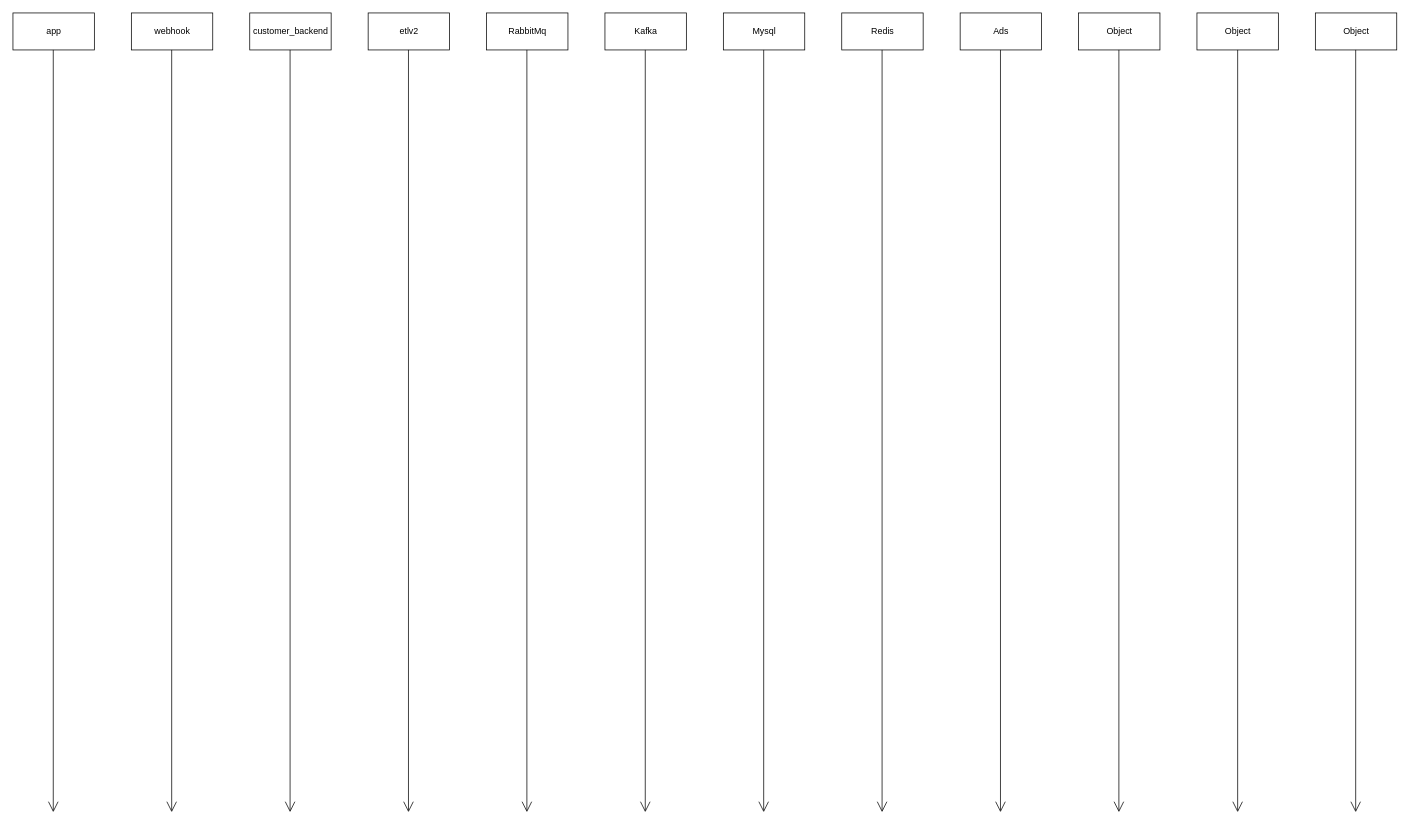
The draw.io diagram Untitled Diagram.drawio in zqy16/Test, before the edit. Source tidied: cells renumbered, new cells numbered last; positions are measured from the earlier drawing's top-left corner, leaving out a move shared by most shapes. Both pictures are drawn from the tidied source at 74%, with x=0, y=0 at pixel (13, 13).
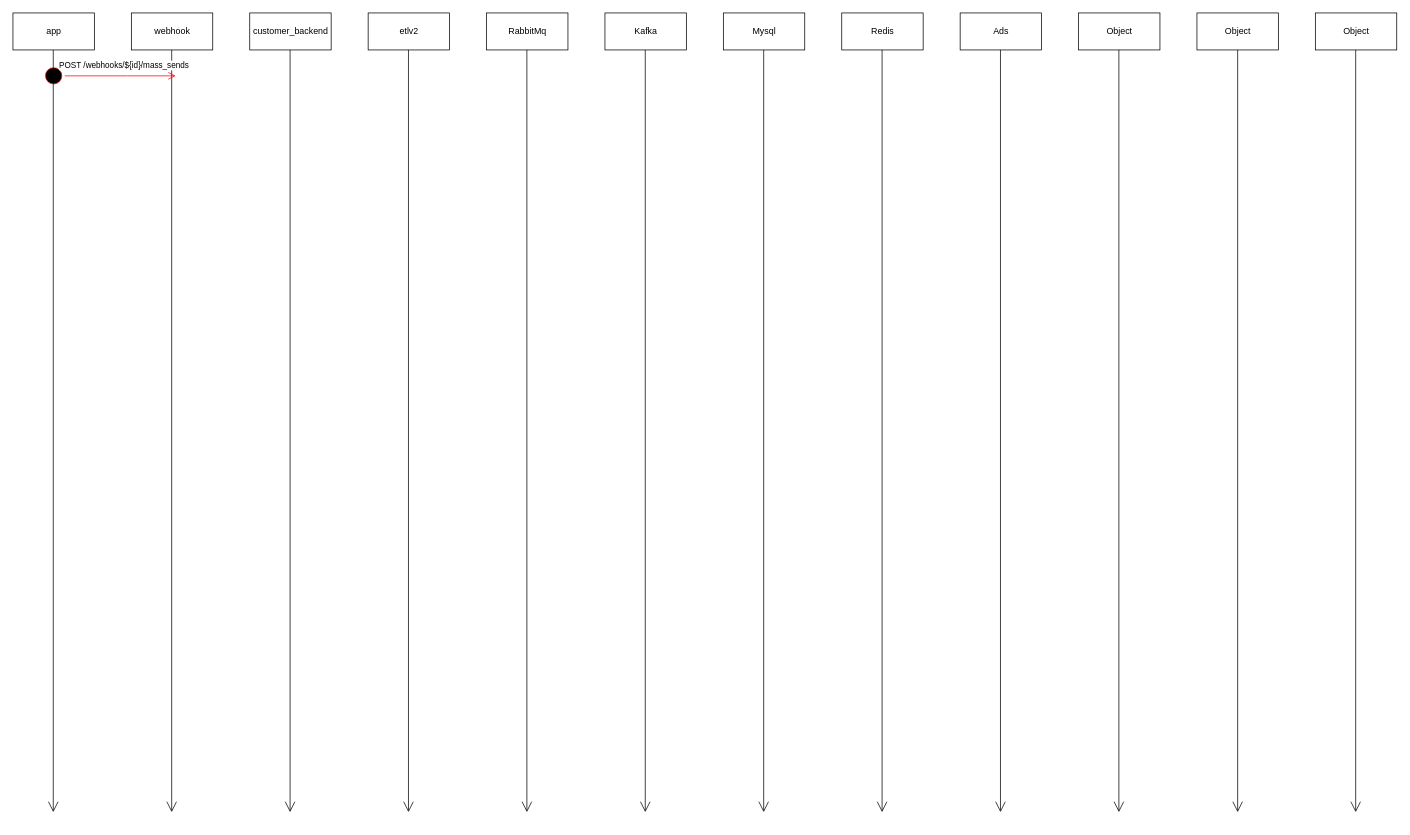
The same diagram, later.

The edit, as a diff of the source:
```diff
@@
+    <mxCell id="26" style="ellipse;html=1;shape=startState;fillColor=#000000;strokeColor=#ff0000;" parent="1" vertex="1">
+      <mxGeometry x="40" y="70" width="30" height="30" as="geometry" />
+    </mxCell>
+    <mxCell id="27" value="&lt;span&gt;POST /webhooks/${id}/mass_sends&lt;/span&gt;" style="edgeStyle=orthogonalEdgeStyle;html=1;verticalAlign=bottom;endArrow=open;endSize=8;strokeColor=#ff0000;" parent="1" edge="1" source="26">
+      <mxGeometry x="0.07" y="5" relative="1" as="geometry">
+        <mxPoint x="220" y="85" as="targetPoint" />
+      </mxGeometry>
+    </mxCell>
```
